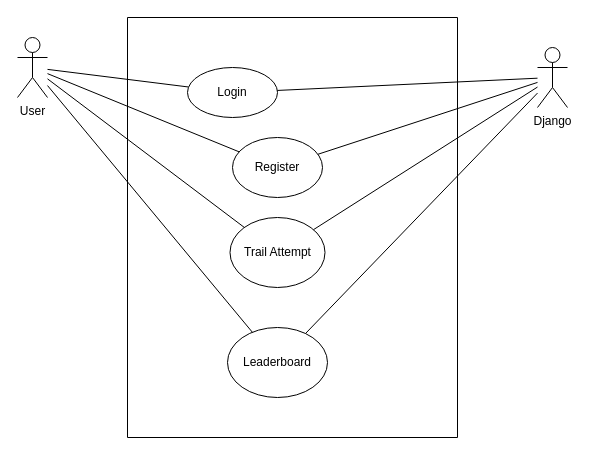
This is Untitled Diagram.drawio from lxuanhui/CZ3002, a draw.io file, before an edit. Source tidied: cells renumbered, new cells numbered last; positions are measured from the earlier drawing's top-left corner, leaving out a move shared by most shapes. Both pictures are drawn from the tidied source at 100%, with x=0, y=0 at pixel (17, 17).
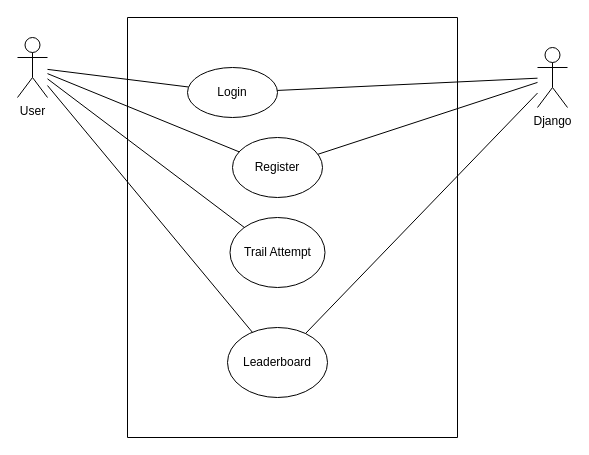
The same page after the edit.

Diff of the diagram source:
```diff
@@
 <mxGraphModel>
   <root>
     <mxCell id="0" />
     <mxCell id="1" parent="0" />
     <mxCell id="2" value="User" style="shape=umlActor;verticalLabelPosition=bottom;verticalAlign=top;html=1;outlineConnect=0;" parent="1" vertex="1">
       <mxGeometry y="20" width="30" height="60" as="geometry" />
     </mxCell>
     <mxCell id="3" style="swimlane;startSize=0;" parent="1" vertex="1">
       <mxGeometry x="110" width="330" height="420" as="geometry" />
     </mxCell>
     <mxCell id="4" value="Login" style="ellipse;whiteSpace=wrap;html=1;" parent="3" vertex="1">
       <mxGeometry x="60" y="50" width="90" height="50" as="geometry" />
     </mxCell>
     <mxCell id="5" value="Register" style="ellipse;whiteSpace=wrap;html=1;" parent="3" vertex="1">
       <mxGeometry x="105" y="120" width="90" height="60" as="geometry" />
     </mxCell>
     <mxCell id="6" value="Trail Attempt" style="ellipse;whiteSpace=wrap;html=1;" parent="3" vertex="1">
       <mxGeometry x="102.5" y="200" width="95" height="70" as="geometry" />
     </mxCell>
     <mxCell id="7" value="Leaderboard" style="ellipse;whiteSpace=wrap;html=1;" parent="3" vertex="1">
       <mxGeometry x="100" y="310" width="100" height="70" as="geometry" />
     </mxCell>
     <mxCell id="8" value="Django" style="shape=umlActor;verticalLabelPosition=bottom;verticalAlign=top;html=1;outlineConnect=0;" parent="1" vertex="1">
       <mxGeometry x="520" y="30" width="30" height="60" as="geometry" />
     </mxCell>
     <mxCell id="9" style="endArrow=none;html=1;" parent="1" edge="1" source="2" target="4">
       <mxGeometry relative="1" as="geometry" />
     </mxCell>
     <mxCell id="10" style="endArrow=none;html=1;" parent="1" edge="1" source="2" target="5">
       <mxGeometry relative="1" as="geometry" />
     </mxCell>
     <mxCell id="11" style="endArrow=none;html=1;" parent="1" edge="1" source="2" target="6">
       <mxGeometry relative="1" as="geometry" />
     </mxCell>
     <mxCell id="12" style="endArrow=none;html=1;" parent="1" edge="1" source="4" target="8">
       <mxGeometry relative="1" as="geometry" />
     </mxCell>
     <mxCell id="13" style="endArrow=none;html=1;" parent="1" edge="1" source="2" target="7">
       <mxGeometry relative="1" as="geometry" />
     </mxCell>
     <mxCell id="14" style="endArrow=none;html=1;" parent="1" edge="1" source="5" target="8">
       <mxGeometry relative="1" as="geometry" />
     </mxCell>
-    <mxCell id="15" style="endArrow=none;html=1;" parent="1" edge="1" source="6" target="8">
-      <mxGeometry relative="1" as="geometry" />
-    </mxCell>
     <mxCell id="16" style="endArrow=none;html=1;" parent="1" edge="1" source="7" target="8">
       <mxGeometry relative="1" as="geometry" />
     </mxCell>
   </root>
 </mxGraphModel>
```
